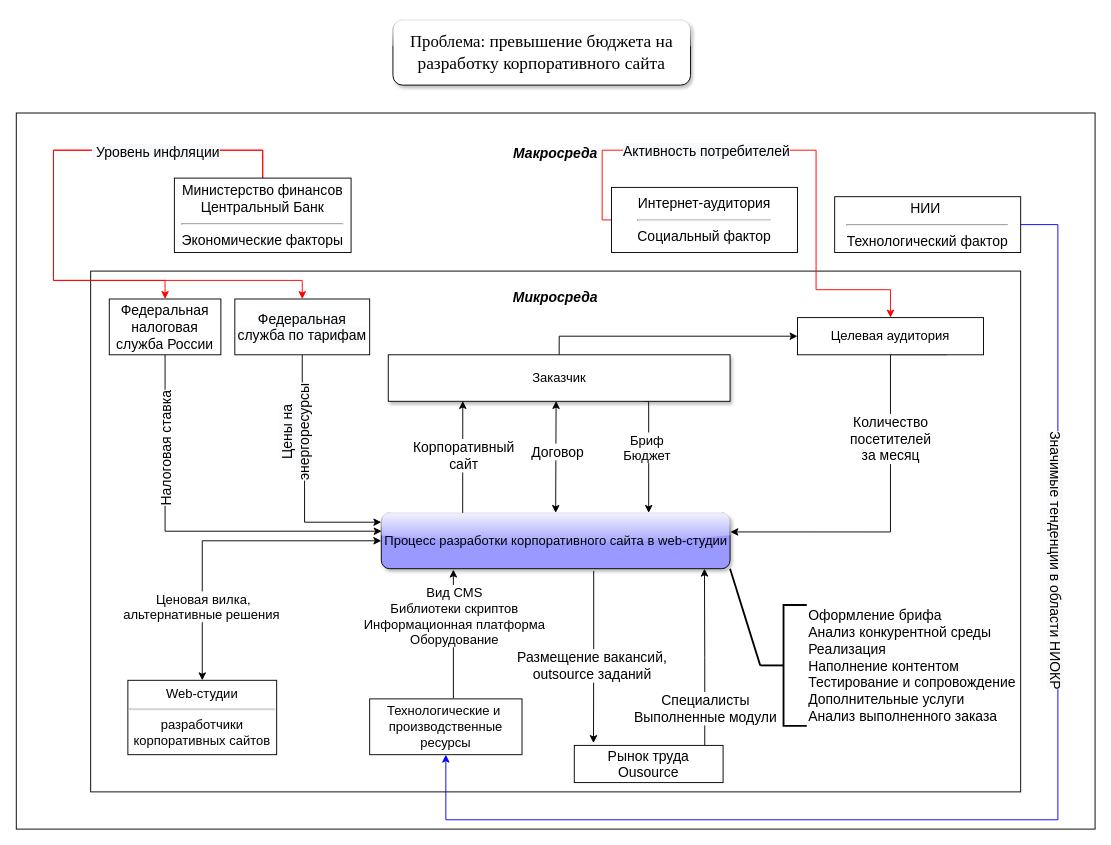
The draw.io diagram page "Модель чёрного ящика" (1 of 7) of 3 курс/5 семестр/ТСиСА/Курсовая/модели2ч.drawio in Luzinsan/tusur, before the edit. Source tidied: cells renumbered, new cells numbered last; positions are measured from the earlier drawing's top-left corner, leaving out a move shared by most shapes. Both pictures are drawn from the tidied source at 93%, with x=0, y=0 at pixel (16, 20).
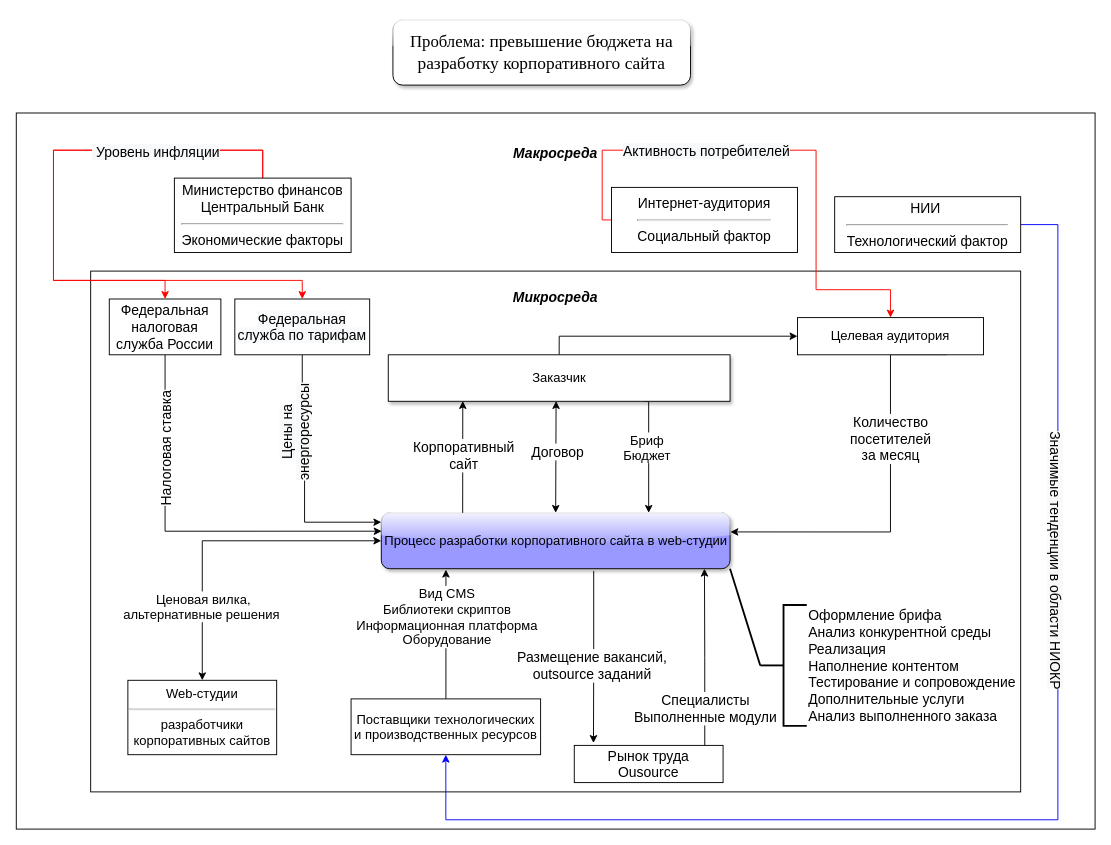
After the change.

The edit, as a diff of the source:
```diff
@@
-    <mxCell id="22" style="edgeStyle=orthogonalEdgeStyle;rounded=0;jettySize=auto;html=1;exitX=0.552;exitY=-0.008;exitDx=0;exitDy=0;startArrow=none;startFill=0;exitPerimeter=0;" parent="1" edge="1" source="24">
+    <mxCell id="22" style="edgeStyle=orthogonalEdgeStyle;rounded=0;jettySize=auto;html=1;exitX=0.5;exitY=0;exitDx=0;exitDy=0;startArrow=none;startFill=0;" parent="1" edge="1" source="24">
       <mxGeometry relative="1" as="geometry">
-        <mxPoint x="470" y="591" as="targetPoint" />
+        <mxPoint x="462" y="591" as="targetPoint" />
         <Array as="points">
-          <mxPoint x="470" y="591" />
-          <mxPoint x="470" y="591" />
+          <mxPoint x="462" y="591" />
         </Array>
       </mxGeometry>
     </mxCell>
@@
-    <mxCell id="24" value="&lt;font style=&quot;font-size: 14px;&quot;&gt;Технологические и&amp;nbsp;&lt;br&gt;производственные ресурсы&lt;/font&gt;" style="whiteSpace=wrap;html=1;" parent="1" vertex="1">
-      <mxGeometry x="380" y="730" width="163.8" height="60" as="geometry" />
+    <mxCell id="24" value="&lt;span style=&quot;font-size: 14px;&quot;&gt;Поставщики технологических и производственных ресурсов&lt;/span&gt;" style="whiteSpace=wrap;html=1;" parent="1" vertex="1">
+      <mxGeometry x="360" y="730" width="203.8" height="60" as="geometry" />
     </mxCell>
```
